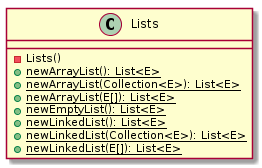
The PlantUML diagram malokhvii-eduard/malokhvii05/doc/plantuml/png/ua.khpi.oop.malokhvii05.common.collect.Lists.png in P-Kalin/kit26a, before a commit. Source of this version:
```plantuml
@startuml

    class Lists {
        -Lists()
        {static} +newArrayList(): List<E>
        {static} +newArrayList(Collection<E>): List<E>
        {static} +newArrayList(E[]): List<E>
        {static} +newEmptyList(): List<E>
        {static} +newLinkedList(): List<E>
        {static} +newLinkedList(Collection<E>): List<E>
        {static} +newLinkedList(E[]): List<E>
    }

@enduml
```
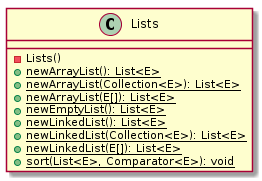
Later version of the same file.

Change to the diagram source:
```diff
@@ -9,6 +9,7 @@
         {static} +newLinkedList(): List<E>
         {static} +newLinkedList(Collection<E>): List<E>
         {static} +newLinkedList(E[]): List<E>
+        {static} +sort(List<E>, Comparator<E>): void
     }
 
 @enduml
```
